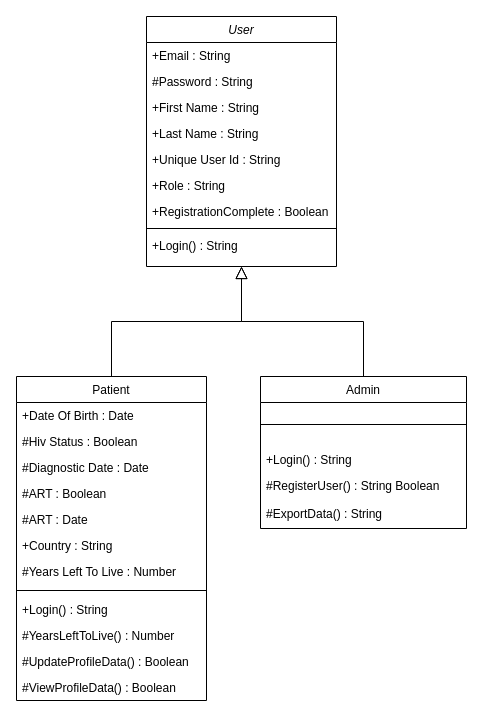
ronn13/CmuSipGahinga1 keeps this draw.io diagram as Assignment_Class_Diagram.drawio. Above is the earlier version. Source tidied: cells renumbered, new cells numbered last; positions are measured from the earlier drawing's top-left corner, leaving out a move shared by most shapes. Both pictures are drawn from the tidied source at 100%, with x=0, y=0 at pixel (16, 16).
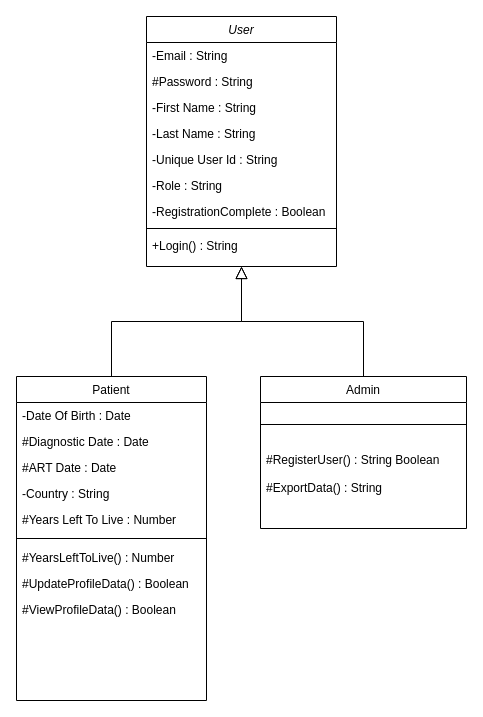
Above is the later version.

Commit message:
Class diagram updated

Unchanged cells that the change refers to:
```xml
<mxCell id="2" value="User" style="swimlane;fontStyle=2;align=center;verticalAlign=top;horizontal=1;startSize=26;rounded=0;shadow=0;strokeWidth=1;" parent="1" vertex="1">
  <mxGeometry x="130" width="190" height="250" as="geometry" />
</mxCell>
<mxCell id="12" value="Patient" style="swimlane;fontStyle=0;align=center;verticalAlign=top;horizontal=1;startSize=26;rounded=0;shadow=0;strokeWidth=1;" parent="1" vertex="1">
  <mxGeometry y="360" width="190" height="324" as="geometry" />
</mxCell>
<mxCell id="26" value="Admin" style="swimlane;fontStyle=0;align=center;verticalAlign=top;horizontal=1;startSize=26;rounded=0;shadow=0;strokeWidth=1;" parent="1" vertex="1">
  <mxGeometry x="244" y="360" width="206" height="152" as="geometry" />
</mxCell>
```

The edit, as a diff of the source:
```diff
@@
-    <mxCell id="3" value="+Email : String" style="text;align=left;verticalAlign=top;spacingLeft=4;spacingRight=4;overflow=hidden;" parent="2" vertex="1">
+    <mxCell id="3" value="-Email : String" style="text;align=left;verticalAlign=top;spacingLeft=4;spacingRight=4;overflow=hidden;" parent="2" vertex="1">
       <mxGeometry y="26" width="190" height="26" as="geometry" />
     </mxCell>
@@
-    <mxCell id="5" value="+First Name : String" style="text;align=left;verticalAlign=top;spacingLeft=4;spacingRight=4;overflow=hidden;rounded=0;shadow=0;html=0;" parent="2" vertex="1">
+    <mxCell id="5" value="-First Name : String" style="text;align=left;verticalAlign=top;spacingLeft=4;spacingRight=4;overflow=hidden;rounded=0;shadow=0;html=0;" parent="2" vertex="1">
       <mxGeometry y="78" width="190" height="26" as="geometry" />
     </mxCell>
-    <mxCell id="6" value="+Last Name : String" style="text;align=left;verticalAlign=top;spacingLeft=4;spacingRight=4;overflow=hidden;rounded=0;shadow=0;html=0;" parent="2" vertex="1">
+    <mxCell id="6" value="-Last Name : String" style="text;align=left;verticalAlign=top;spacingLeft=4;spacingRight=4;overflow=hidden;rounded=0;shadow=0;html=0;" parent="2" vertex="1">
       <mxGeometry y="104" width="190" height="26" as="geometry" />
     </mxCell>
-    <mxCell id="7" value="+Unique User Id : String" style="text;align=left;verticalAlign=top;spacingLeft=4;spacingRight=4;overflow=hidden;rounded=0;shadow=0;html=0;" parent="2" vertex="1">
+    <mxCell id="7" value="-Unique User Id : String" style="text;align=left;verticalAlign=top;spacingLeft=4;spacingRight=4;overflow=hidden;rounded=0;shadow=0;html=0;" parent="2" vertex="1">
       <mxGeometry y="130" width="190" height="26" as="geometry" />
     </mxCell>
-    <mxCell id="8" value="+Role : String" style="text;align=left;verticalAlign=top;spacingLeft=4;spacingRight=4;overflow=hidden;rounded=0;shadow=0;html=0;" parent="2" vertex="1">
+    <mxCell id="8" value="-Role : String" style="text;align=left;verticalAlign=top;spacingLeft=4;spacingRight=4;overflow=hidden;rounded=0;shadow=0;html=0;" parent="2" vertex="1">
       <mxGeometry y="156" width="190" height="26" as="geometry" />
     </mxCell>
-    <mxCell id="9" value="+RegistrationComplete : Boolean" style="text;align=left;verticalAlign=top;spacingLeft=4;spacingRight=4;overflow=hidden;rounded=0;shadow=0;html=0;" parent="2" vertex="1">
+    <mxCell id="9" value="-RegistrationComplete : Boolean" style="text;align=left;verticalAlign=top;spacingLeft=4;spacingRight=4;overflow=hidden;rounded=0;shadow=0;html=0;" parent="2" vertex="1">
       <mxGeometry y="182" width="190" height="26" as="geometry" />
     </mxCell>
@@
-    <mxCell id="13" value="+Date Of Birth : Date" style="text;align=left;verticalAlign=top;spacingLeft=4;spacingRight=4;overflow=hidden;" parent="12" vertex="1">
+    <mxCell id="13" value="-Date Of Birth : Date" style="text;align=left;verticalAlign=top;spacingLeft=4;spacingRight=4;overflow=hidden;" parent="12" vertex="1">
       <mxGeometry y="26" width="190" height="26" as="geometry" />
     </mxCell>
-    <mxCell id="14" value="#Hiv Status : Boolean" style="text;align=left;verticalAlign=top;spacingLeft=4;spacingRight=4;overflow=hidden;rounded=0;shadow=0;html=0;" parent="12" vertex="1">
-      <mxGeometry y="52" width="190" height="26" as="geometry" />
-    </mxCell>
     <mxCell id="15" value="#Diagnostic Date : Date" style="text;align=left;verticalAlign=top;spacingLeft=4;spacingRight=4;overflow=hidden;rounded=0;shadow=0;html=0;" parent="12" vertex="1">
-      <mxGeometry y="78" width="190" height="26" as="geometry" />
+      <mxGeometry y="52" width="190" height="26" as="geometry" />
     </mxCell>
-    <mxCell id="16" value="#ART : Boolean" style="text;align=left;verticalAlign=top;spacingLeft=4;spacingRight=4;overflow=hidden;rounded=0;shadow=0;html=0;" parent="12" vertex="1">
-      <mxGeometry y="104" width="190" height="26" as="geometry" />
-    </mxCell>
-    <mxCell id="17" value="#ART : Date" style="text;align=left;verticalAlign=top;spacingLeft=4;spacingRight=4;overflow=hidden;rounded=0;shadow=0;html=0;" parent="12" vertex="1">
-      <mxGeometry y="130" width="190" height="26" as="geometry" />
+    <mxCell id="17" value="#ART Date : Date" style="text;align=left;verticalAlign=top;spacingLeft=4;spacingRight=4;overflow=hidden;rounded=0;shadow=0;html=0;" parent="12" vertex="1">
+      <mxGeometry y="78" width="190" height="26" as="geometry" />
     </mxCell>
-    <mxCell id="18" value="+Country : String" style="text;align=left;verticalAlign=top;spacingLeft=4;spacingRight=4;overflow=hidden;rounded=0;shadow=0;html=0;" parent="12" vertex="1">
-      <mxGeometry y="156" width="190" height="26" as="geometry" />
+    <mxCell id="18" value="-Country : String" style="text;align=left;verticalAlign=top;spacingLeft=4;spacingRight=4;overflow=hidden;rounded=0;shadow=0;html=0;" parent="12" vertex="1">
+      <mxGeometry y="104" width="190" height="26" as="geometry" />
     </mxCell>
     <mxCell id="19" value="#Years Left To Live : Number" style="text;align=left;verticalAlign=top;spacingLeft=4;spacingRight=4;overflow=hidden;rounded=0;shadow=0;html=0;" parent="12" vertex="1">
-      <mxGeometry y="182" width="190" height="26" as="geometry" />
+      <mxGeometry y="130" width="190" height="26" as="geometry" />
     </mxCell>
     <mxCell id="20" style="line;html=1;strokeWidth=1;align=left;verticalAlign=middle;spacingTop=-1;spacingLeft=3;spacingRight=3;labelPosition=right;" parent="12" vertex="1">
-      <mxGeometry y="208" width="190" height="12" as="geometry" />
+      <mxGeometry y="156" width="190" height="12" as="geometry" />
     </mxCell>
-    <mxCell id="21" value="+Login() : String" style="text;align=left;verticalAlign=top;spacingLeft=4;spacingRight=4;overflow=hidden;rounded=0;shadow=0;html=0;" parent="12" vertex="1">
-      <mxGeometry y="220" width="190" height="26" as="geometry" />
-    </mxCell>
     <mxCell id="22" value="#YearsLeftToLive() : Number" style="text;align=left;verticalAlign=top;spacingLeft=4;spacingRight=4;overflow=hidden;rounded=0;shadow=0;html=0;" parent="12" vertex="1">
-      <mxGeometry y="246" width="190" height="26" as="geometry" />
+      <mxGeometry y="168" width="190" height="26" as="geometry" />
     </mxCell>
     <mxCell id="23" value="#UpdateProfileData() : Boolean" style="text;align=left;verticalAlign=top;spacingLeft=4;spacingRight=4;overflow=hidden;" parent="12" vertex="1">
-      <mxGeometry y="272" width="190" height="26" as="geometry" />
+      <mxGeometry y="194" width="190" height="26" as="geometry" />
     </mxCell>
     <mxCell id="24" value="#ViewProfileData() : Boolean" style="text;align=left;verticalAlign=top;spacingLeft=4;spacingRight=4;overflow=hidden;rounded=0;shadow=0;html=0;" parent="12" vertex="1">
-      <mxGeometry y="298" width="190" height="26" as="geometry" />
+      <mxGeometry y="220" width="190" height="26" as="geometry" />
     </mxCell>
@@
-    <mxCell id="28" value="+Login() : String" style="text;align=left;verticalAlign=top;spacingLeft=4;spacingRight=4;overflow=hidden;" parent="26" vertex="1">
-      <mxGeometry y="70" width="206" height="26" as="geometry" />
-    </mxCell>
     <mxCell id="29" value="#RegisterUser() : String Boolean" style="text;align=left;verticalAlign=top;spacingLeft=4;spacingRight=4;overflow=hidden;" parent="26" vertex="1">
-      <mxGeometry y="96" width="206" height="28" as="geometry" />
+      <mxGeometry y="70" width="206" height="28" as="geometry" />
     </mxCell>
     <mxCell id="30" value="#ExportData() : String" style="text;align=left;verticalAlign=top;spacingLeft=4;spacingRight=4;overflow=hidden;" parent="26" vertex="1">
-      <mxGeometry y="124" width="206" height="28" as="geometry" />
+      <mxGeometry y="98" width="206" height="28" as="geometry" />
     </mxCell>
```
